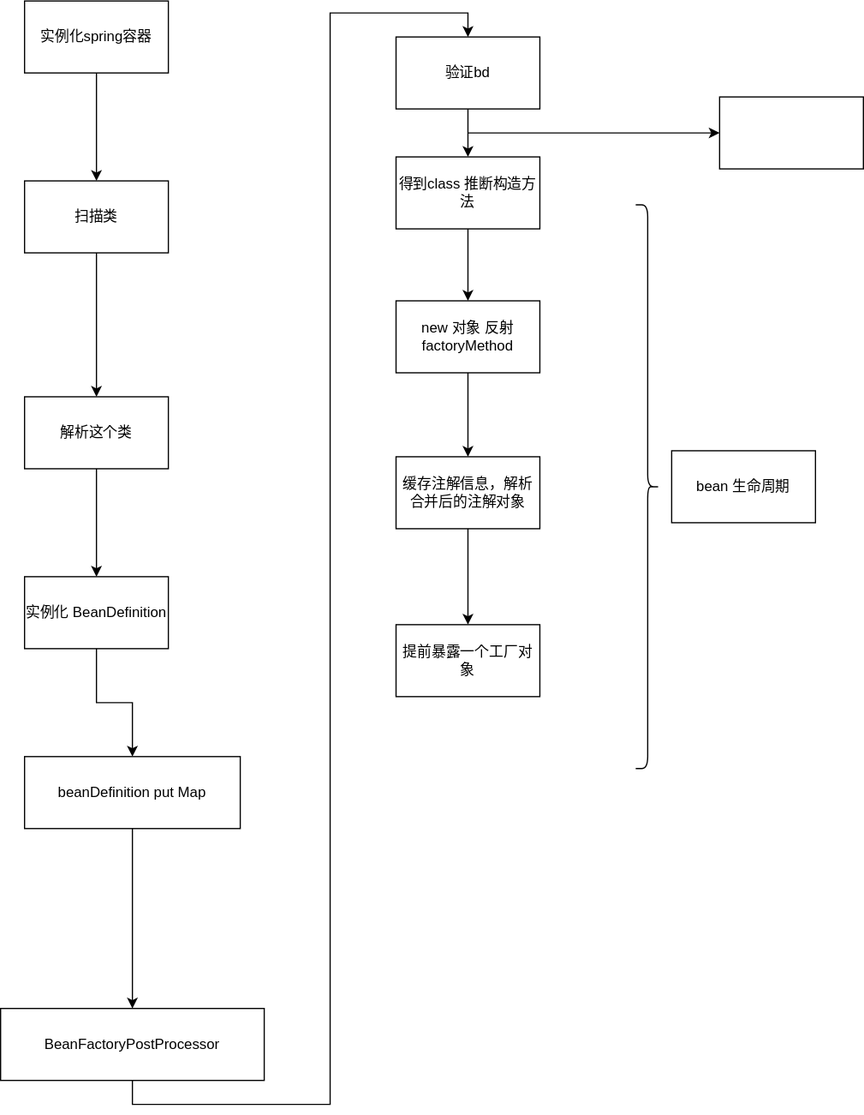
minuoc/simpleIoc keeps this draw.io diagram as springbean生命周期.drawio.svg. Above is the earlier version. Source tidied: cells renumbered, new cells last; positions are measured from the earlier drawing's top-left corner, leaving out a move shared by most shapes.
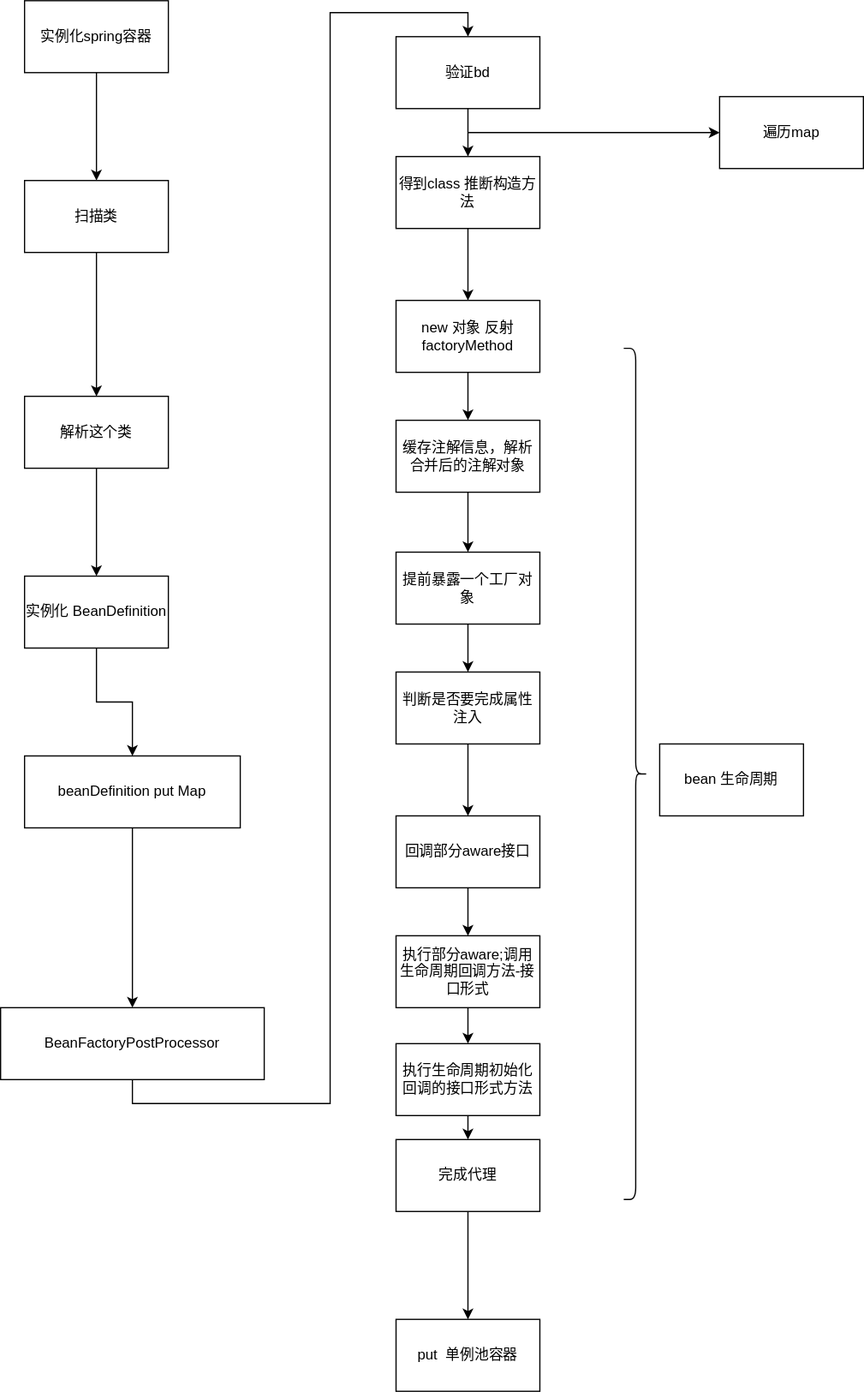
After the commit.

Diff of the diagram source:
```diff
@@ -62,23 +62,59 @@
     <mxCell id="20" value="new 对象 反射factoryMethod" style="rounded=0;whiteSpace=wrap;html=1;" parent="1" vertex="1">
       <mxGeometry x="330" y="250" width="120" height="60" as="geometry" />
     </mxCell>
-    <mxCell id="21" style="rounded=0;whiteSpace=wrap;html=1;" parent="1" vertex="1">
+    <mxCell id="21" value="遍历map" style="rounded=0;whiteSpace=wrap;html=1;" parent="1" vertex="1">
       <mxGeometry x="600" y="80" width="120" height="60" as="geometry" />
     </mxCell>
     <mxCell id="22" style="edgeStyle=orthogonalEdgeStyle;rounded=0;jettySize=auto;html=1;exitX=0.5;exitY=1;exitDx=0;exitDy=0;" parent="1" edge="1" source="23" target="24">
       <mxGeometry relative="1" as="geometry" />
     </mxCell>
     <mxCell id="23" value="缓存注解信息，解析合并后的注解对象" style="rounded=0;whiteSpace=wrap;html=1;" parent="1" vertex="1">
-      <mxGeometry x="330" y="380" width="120" height="60" as="geometry" />
+      <mxGeometry x="330" y="350" width="120" height="60" as="geometry" />
     </mxCell>
+    <mxCell id="27" style="edgeStyle=orthogonalEdgeStyle;rounded=0;jettySize=auto;html=1;exitX=0.5;exitY=1;exitDx=0;exitDy=0;entryX=0.5;entryY=0;entryDx=0;entryDy=0;" parent="1" edge="1" source="24" target="29">
+      <mxGeometry relative="1" as="geometry" />
+    </mxCell>
     <mxCell id="24" value="提前暴露一个工厂对象" style="rounded=0;whiteSpace=wrap;html=1;" parent="1" vertex="1">
-      <mxGeometry x="330" y="520" width="120" height="60" as="geometry" />
+      <mxGeometry x="330" y="460" width="120" height="60" as="geometry" />
     </mxCell>
     <mxCell id="25" style="shape=curlyBracket;whiteSpace=wrap;html=1;rounded=1;flipH=1;size=0.5;" parent="1" vertex="1">
-      <mxGeometry x="530" y="170" width="20" height="470" as="geometry" />
+      <mxGeometry x="520" y="290" width="20" height="710" as="geometry" />
     </mxCell>
     <mxCell id="26" value="bean 生命周期" style="whiteSpace=wrap;html=1;" parent="1" vertex="1">
-      <mxGeometry x="560" y="375" width="120" height="60" as="geometry" />
+      <mxGeometry x="550" y="620" width="120" height="60" as="geometry" />
     </mxCell>
+    <mxCell id="28" style="edgeStyle=orthogonalEdgeStyle;rounded=0;jettySize=auto;html=1;entryX=0.5;entryY=0;entryDx=0;entryDy=0;" parent="1" edge="1" source="29" target="31">
+      <mxGeometry relative="1" as="geometry" />
+    </mxCell>
+    <mxCell id="29" value="判断是否要完成属性注入" style="rounded=0;whiteSpace=wrap;html=1;" parent="1" vertex="1">
+      <mxGeometry x="330" y="560" width="120" height="60" as="geometry" />
+    </mxCell>
+    <mxCell id="30" style="edgeStyle=orthogonalEdgeStyle;rounded=0;jettySize=auto;html=1;exitX=0.5;exitY=1;exitDx=0;exitDy=0;" parent="1" edge="1" source="31" target="33">
+      <mxGeometry relative="1" as="geometry" />
+    </mxCell>
+    <mxCell id="31" value="回调部分aware接口" style="rounded=0;whiteSpace=wrap;html=1;" parent="1" vertex="1">
+      <mxGeometry x="330" y="680" width="120" height="60" as="geometry" />
+    </mxCell>
+    <mxCell id="32" style="edgeStyle=orthogonalEdgeStyle;rounded=0;jettySize=auto;html=1;exitX=0.5;exitY=1;exitDx=0;exitDy=0;entryX=0.5;entryY=0;entryDx=0;entryDy=0;" parent="1" edge="1" source="33" target="35">
+      <mxGeometry relative="1" as="geometry" />
+    </mxCell>
+    <mxCell id="33" value="执行部分aware;调用生命周期回调方法-接口形式" style="rounded=0;whiteSpace=wrap;html=1;" parent="1" vertex="1">
+      <mxGeometry x="330" y="780" width="120" height="60" as="geometry" />
+    </mxCell>
+    <mxCell id="34" style="edgeStyle=orthogonalEdgeStyle;rounded=0;jettySize=auto;html=1;exitX=0.5;exitY=1;exitDx=0;exitDy=0;entryX=0.5;entryY=0;entryDx=0;entryDy=0;" parent="1" edge="1" source="35" target="37">
+      <mxGeometry relative="1" as="geometry" />
+    </mxCell>
+    <mxCell id="35" value="执行生命周期初始化回调的接口形式方法" style="rounded=0;whiteSpace=wrap;html=1;" parent="1" vertex="1">
+      <mxGeometry x="330" y="870" width="120" height="60" as="geometry" />
+    </mxCell>
+    <mxCell id="36" style="edgeStyle=orthogonalEdgeStyle;rounded=0;jettySize=auto;html=1;exitX=0.5;exitY=1;exitDx=0;exitDy=0;entryX=0.5;entryY=0;entryDx=0;entryDy=0;" parent="1" edge="1" source="37" target="38">
+      <mxGeometry relative="1" as="geometry" />
+    </mxCell>
+    <mxCell id="37" value="完成代理" style="rounded=0;whiteSpace=wrap;html=1;" parent="1" vertex="1">
+      <mxGeometry x="330" y="950" width="120" height="60" as="geometry" />
+    </mxCell>
+    <mxCell id="38" value="put&amp;nbsp; 单例池容器" style="rounded=0;whiteSpace=wrap;html=1;" parent="1" vertex="1">
+      <mxGeometry x="330" y="1100" width="120" height="60" as="geometry" />
+    </mxCell>
   </root>
 </mxGraphModel>
```
